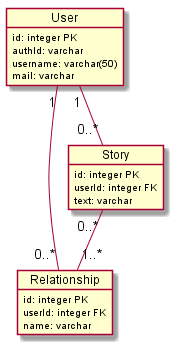
Above: out/src/models/plantUml/class/class.png in kingdomflo/Did-I-Tell-You_Backend_JS (PlantUML), before the change. Its diagram source:
```plantuml
@startuml class
object User {
  id: integer PK
  authId: varchar
  username: varchar(50)
  mail: varchar
}

object Relationship {
  id: integer PK
  userId: integer FK
  name: varchar
}

object Story {
  id: integer PK
  userId: integer FK
  text: varchar
}

Story "0..*" -- "1..*" Relationship
User "1" -- "0..*" Relationship
User "1" -- "0..*" Story

@enduml
```
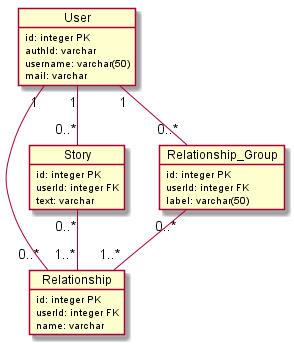
Later version of the same file.

Change to the diagram source:
```diff
@@ -18,8 +18,16 @@
   text: varchar
 }
 
+object Relationship_Group {
+  id: integer PK
+  userId: integer FK
+  label: varchar(50)
+}
+
 Story "0..*" -- "1..*" Relationship
 User "1" -- "0..*" Relationship
 User "1" -- "0..*" Story
+User "1" -- "0..*" Relationship_Group
+Relationship_Group "0..*" -- "1..*" Relationship
 
 @enduml
```
